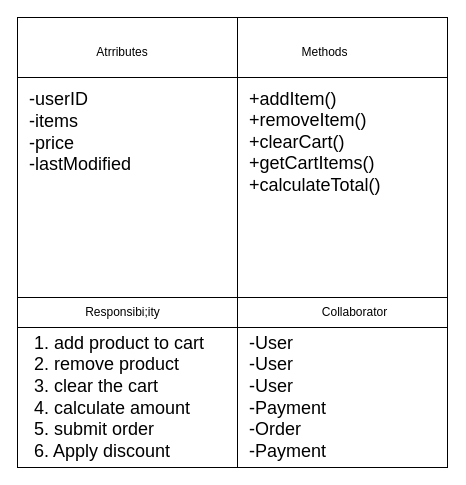
This is Software-Requirement-Specification/Class-Based-Modeling/CRC/Class-Cards/Class Diagram/cart.drawio from fiercePanda007/SPL2-EcommerceWebApp, a draw.io file, before an edit. Source tidied: cells renumbered, new cells numbered last; positions are measured from the earlier drawing's top-left corner, leaving out a move shared by most shapes. Both pictures are drawn from the tidied source at 100%, with x=0, y=0 at pixel (17, 17).
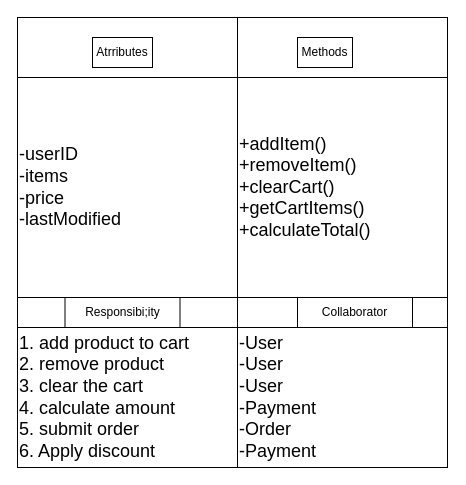
After the change.

Change to the diagram source:
```diff
@@
-<mxGraphModel>
+<mxGraphModel background="#ffffff">
   <root>
     <mxCell id="0" />
     <mxCell id="1" parent="0" />
-    <mxCell id="2" style="shape=internalStorage;whiteSpace=wrap;html=1;backgroundOutline=1;dx=220;dy=60;" parent="1" vertex="1">
+    <mxCell id="2" style="shape=internalStorage;whiteSpace=wrap;html=1;backgroundOutline=1;dx=220;dy=60;fillColor=none;strokeColor=#000000;fontColor=#000000;" parent="1" vertex="1">
       <mxGeometry width="430" height="450" as="geometry" />
     </mxCell>
-    <mxCell id="3" value="Atrributes" style="text;html=1;strokeColor=none;fillColor=none;align=center;verticalAlign=middle;whiteSpace=wrap;rounded=0;" parent="1" vertex="1">
+    <mxCell id="3" value="Atrributes" style="text;html=1;strokeColor=#000000;fillColor=none;align=center;verticalAlign=middle;whiteSpace=wrap;rounded=0;fontColor=#000000;" parent="1" vertex="1">
       <mxGeometry x="75" y="20" width="60" height="30" as="geometry" />
     </mxCell>
-    <mxCell id="4" value="Methods" style="text;html=1;strokeColor=none;fillColor=none;align=center;verticalAlign=middle;whiteSpace=wrap;rounded=0;" parent="1" vertex="1">
+    <mxCell id="4" value="Methods" style="text;html=1;strokeColor=#000000;fillColor=none;align=center;verticalAlign=middle;whiteSpace=wrap;rounded=0;fontColor=#000000;" parent="1" vertex="1">
       <mxGeometry x="280" y="20" width="55" height="30" as="geometry" />
     </mxCell>
-    <mxCell id="5" style="endArrow=none;html=1;" parent="1" edge="1" target="2">
+    <mxCell id="5" style="endArrow=none;html=1;fillColor=none;strokeColor=#000000;fontColor=#000000;" parent="1" edge="1" target="2">
       <mxGeometry relative="1" as="geometry">
         <mxPoint y="280" as="sourcePoint" />
         <Array as="points">
           <mxPoint x="430" y="280" />
         </Array>
       </mxGeometry>
     </mxCell>
-    <mxCell id="6" style="endArrow=none;html=1;" parent="1" edge="1">
+    <mxCell id="6" style="endArrow=none;html=1;fillColor=none;strokeColor=#000000;fontColor=#000000;" parent="1" edge="1">
       <mxGeometry relative="1" as="geometry">
         <mxPoint y="310" as="sourcePoint" />
         <mxPoint x="430" y="310" as="targetPoint" />
         <Array as="points">
           <mxPoint x="430" y="310" />
         </Array>
       </mxGeometry>
     </mxCell>
-    <mxCell id="7" value="Responsibi;ity" style="text;html=1;strokeColor=none;fillColor=none;align=center;verticalAlign=middle;whiteSpace=wrap;rounded=0;" parent="1" vertex="1">
+    <mxCell id="7" value="Responsibi;ity" style="text;html=1;strokeColor=#000000;fillColor=none;align=center;verticalAlign=middle;whiteSpace=wrap;rounded=0;fontColor=#000000;" parent="1" vertex="1">
       <mxGeometry x="47.5" y="280" width="115" height="30" as="geometry" />
     </mxCell>
-    <mxCell id="8" value="Collaborator" style="text;html=1;strokeColor=none;fillColor=none;align=center;verticalAlign=middle;whiteSpace=wrap;rounded=0;" parent="1" vertex="1">
+    <mxCell id="8" value="Collaborator" style="text;html=1;strokeColor=#000000;fillColor=none;align=center;verticalAlign=middle;whiteSpace=wrap;rounded=0;fontColor=#000000;" parent="1" vertex="1">
       <mxGeometry x="280" y="280" width="115" height="30" as="geometry" />
     </mxCell>
-    <mxCell id="9" value="&lt;font style=&quot;font-size: 18px;&quot;&gt;-userID&lt;br&gt;-items&lt;br&gt;-price&lt;br&gt;-lastModified&lt;br&gt;&lt;/font&gt;" style="text;html=1;strokeColor=none;fillColor=none;align=left;verticalAlign=middle;whiteSpace=wrap;rounded=0;" parent="1" vertex="1">
-      <mxGeometry x="10" y="35" width="190" height="160" as="geometry" />
+    <mxCell id="9" value="&lt;font style=&quot;font-size: 18px;&quot;&gt;-userID&lt;br&gt;-items&lt;br&gt;-price&lt;br&gt;-lastModified&lt;br&gt;&lt;/font&gt;" style="text;html=1;strokeColor=#000000;fillColor=none;align=left;verticalAlign=middle;whiteSpace=wrap;rounded=0;fontColor=#000000;" parent="1" vertex="1">
+      <mxGeometry y="60" width="220" height="220" as="geometry" />
     </mxCell>
-    <mxCell id="10" value="&lt;font style=&quot;font-size: 18px;&quot;&gt;+addItem()&lt;br&gt;+removeItem()&lt;br&gt;+clearCart()&lt;br&gt;+getCartItems()&lt;br&gt;+calculateTotal()&lt;br&gt;&lt;/font&gt;" style="text;html=1;strokeColor=none;fillColor=none;align=left;verticalAlign=middle;whiteSpace=wrap;rounded=0;" parent="1" vertex="1">
-      <mxGeometry x="230" y="35" width="180" height="180" as="geometry" />
+    <mxCell id="10" value="&lt;font style=&quot;font-size: 18px;&quot;&gt;+addItem()&lt;br&gt;+removeItem()&lt;br&gt;+clearCart()&lt;br&gt;+getCartItems()&lt;br&gt;+calculateTotal()&lt;br&gt;&lt;/font&gt;" style="text;html=1;strokeColor=#000000;fillColor=none;align=left;verticalAlign=middle;whiteSpace=wrap;rounded=0;fontColor=#000000;" parent="1" vertex="1">
+      <mxGeometry x="220" y="60" width="210" height="220" as="geometry" />
     </mxCell>
-    <mxCell id="11" value="&lt;font style=&quot;font-size: 18px;&quot;&gt;1. add product to cart&lt;br&gt;2. remove product&lt;br&gt;3. clear the cart&lt;br&gt;4. calculate amount&lt;br&gt;5. submit order&lt;br&gt;6. Apply discount&lt;br&gt;&lt;/font&gt;" style="text;html=1;strokeColor=none;fillColor=none;align=left;verticalAlign=middle;whiteSpace=wrap;rounded=0;" parent="1" vertex="1">
-      <mxGeometry x="15" y="320" width="185" height="120" as="geometry" />
+    <mxCell id="11" value="&lt;font style=&quot;font-size: 18px;&quot;&gt;1. add product to cart&lt;br&gt;2. remove product&lt;br&gt;3. clear the cart&lt;br&gt;4. calculate amount&lt;br&gt;5. submit order&lt;br&gt;6. Apply discount&lt;br&gt;&lt;/font&gt;" style="text;html=1;strokeColor=#000000;fillColor=none;align=left;verticalAlign=middle;whiteSpace=wrap;rounded=0;fontColor=#000000;" parent="1" vertex="1">
+      <mxGeometry y="310" width="220" height="140" as="geometry" />
     </mxCell>
-    <mxCell id="12" value="&lt;font style=&quot;font-size: 18px;&quot;&gt;-User&lt;br&gt;-User&lt;br&gt;-User&lt;br&gt;-Payment&lt;br&gt;-Order&lt;br&gt;-Payment&lt;br&gt;&lt;/font&gt;" style="text;html=1;strokeColor=none;fillColor=none;align=left;verticalAlign=middle;whiteSpace=wrap;rounded=0;" parent="1" vertex="1">
-      <mxGeometry x="230" y="320" width="170" height="120" as="geometry" />
+    <mxCell id="12" value="&lt;font style=&quot;font-size: 18px;&quot;&gt;-User&lt;br&gt;-User&lt;br&gt;-User&lt;br&gt;-Payment&lt;br&gt;-Order&lt;br&gt;-Payment&lt;br&gt;&lt;/font&gt;" style="text;html=1;strokeColor=#000000;fillColor=none;align=left;verticalAlign=middle;whiteSpace=wrap;rounded=0;fontColor=#000000;" parent="1" vertex="1">
+      <mxGeometry x="220" y="310" width="210" height="140" as="geometry" />
     </mxCell>
   </root>
 </mxGraphModel>
```
